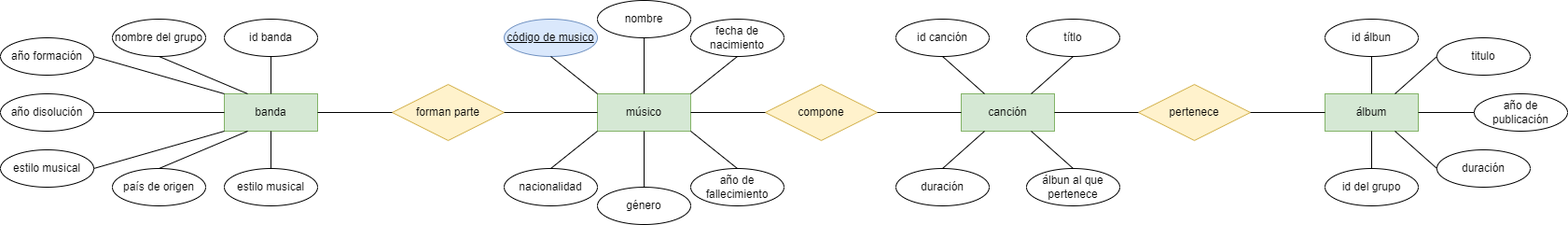
Before: Tareas/Tema 2/Tarea 11/img/Ejercicio11-Paso 3.drawio.png, a diagram exported from draw.io (JCarlosAR032/base-de-datos). Source tidied: cells renumbered, new cells last; positions are measured from the earlier drawing's top-left corner, leaving out a move shared by most shapes.
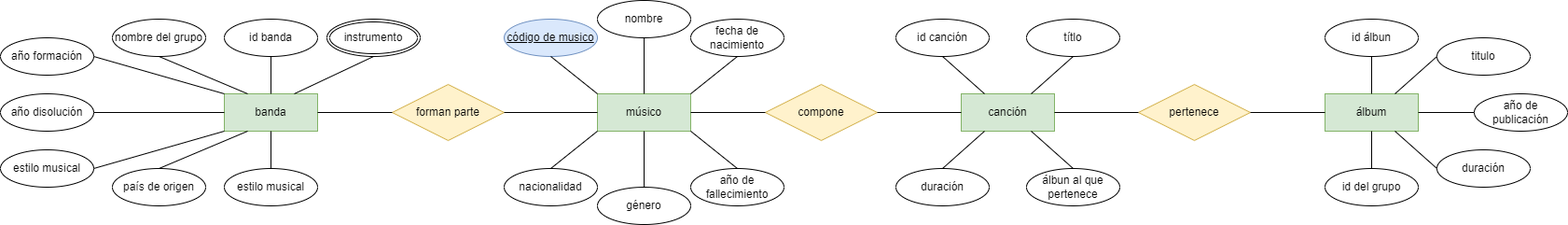
The same diagram one commit later.

Diff of the diagram source:
```diff
@@ -173,5 +173,11 @@
     <mxCell id="58" style="endArrow=none;html=1;rounded=0;exitX=0.75;exitY=0;exitDx=0;exitDy=0;entryX=0.5;entryY=1;entryDx=0;entryDy=0;" parent="1" edge="1" source="3" target="52">
       <mxGeometry relative="1" as="geometry" />
     </mxCell>
+    <mxCell id="59" value="instrumento" style="ellipse;shape=doubleEllipse;margin=3;whiteSpace=wrap;html=1;align=center;" parent="1" vertex="1">
+      <mxGeometry x="350" y="20" width="100" height="40" as="geometry" />
+    </mxCell>
+    <mxCell id="60" style="endArrow=none;html=1;rounded=0;entryX=0.5;entryY=1;entryDx=0;entryDy=0;exitX=0.75;exitY=0;exitDx=0;exitDy=0;" parent="1" edge="1" source="5" target="59">
+      <mxGeometry relative="1" as="geometry" />
+    </mxCell>
   </root>
 </mxGraphModel>
```
